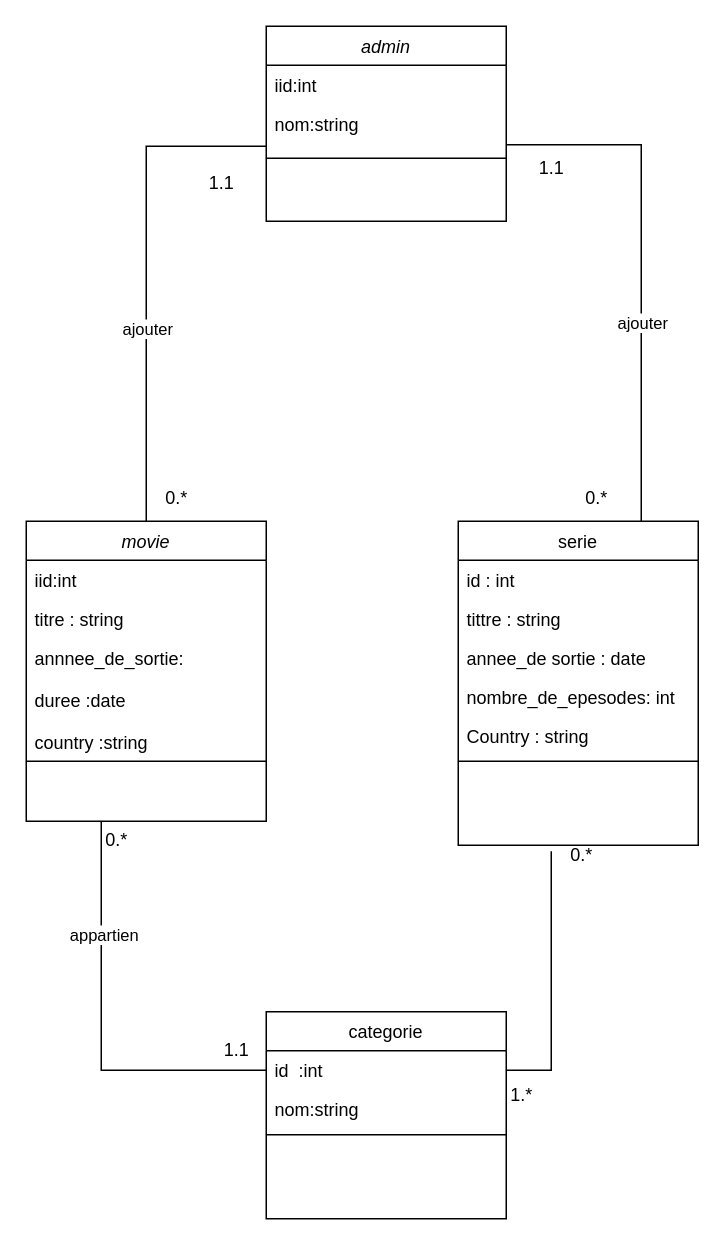
The draw.io diagram Diagramme sans nom.drawio in Fatiroot/dashboard_movies-series, before the edit. Source tidied: cells renumbered, new cells numbered last; positions are measured from the earlier drawing's top-left corner, leaving out a move shared by most shapes. Both pictures are drawn from the tidied source at 150%, with x=0, y=0 at pixel (26, 26).
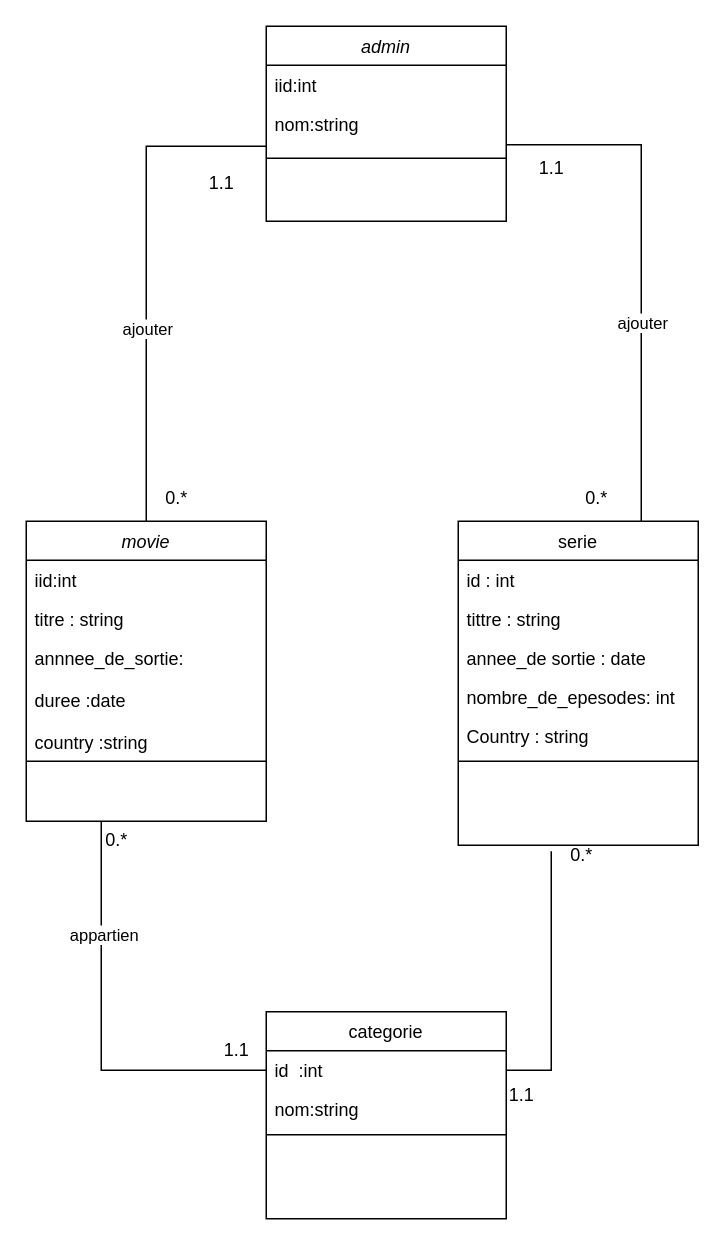
The same page after the edit.

Commit message:
Mettre à jour Diagramme de classe

Diff of the diagram source:
```diff
@@
-    <mxCell id="24" value="1.*" style="text;html=1;align=center;verticalAlign=middle;strokeColor=none;fillColor=none;" parent="1" vertex="1">
+    <mxCell id="24" value="1.1" style="text;html=1;align=center;verticalAlign=middle;strokeColor=none;fillColor=none;" parent="1" vertex="1">
       <mxGeometry x="310" y="698" width="40" height="30" as="geometry" />
     </mxCell>
```
